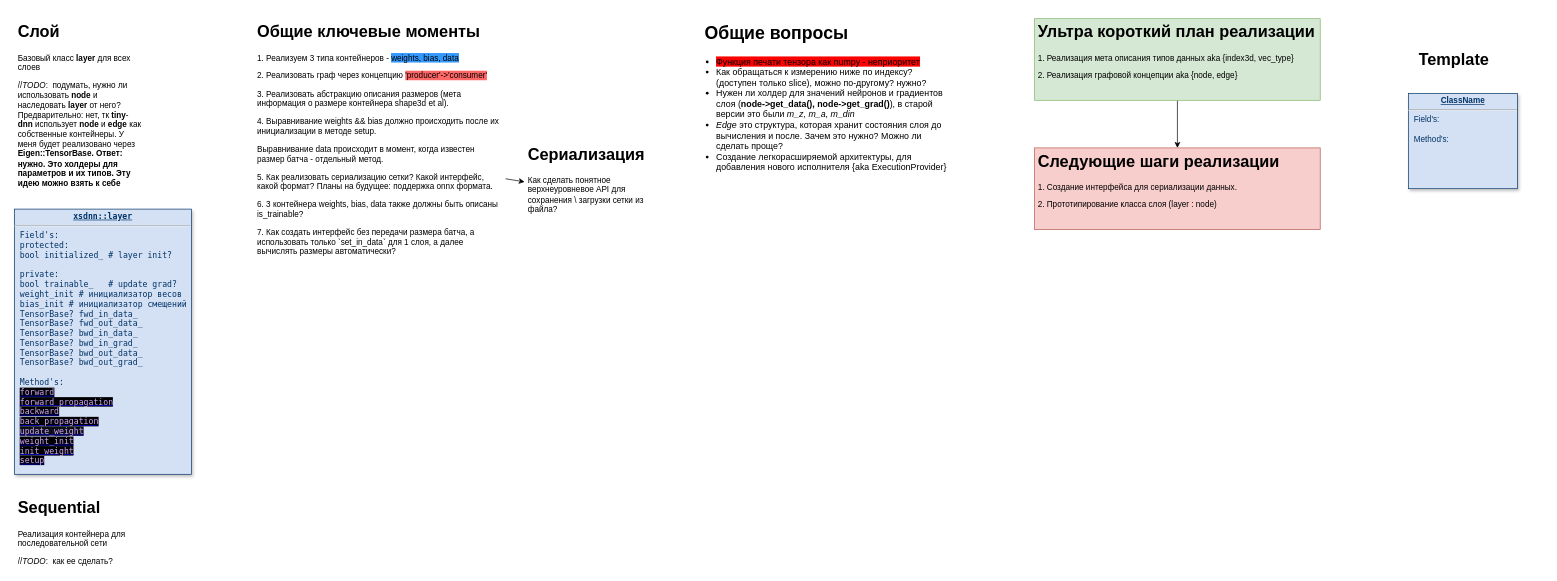
Above: page "xsdnn::main" (1 of 10) of logic.drawio in xsdnn/xsdnn (draw.io), before the change. Source tidied: cells renumbered, new cells numbered last; positions are measured from the earlier drawing's top-left corner, leaving out a move shared by most shapes. Both pictures are drawn from the tidied source at 68%, with x=0, y=0 at pixel (14, 18).
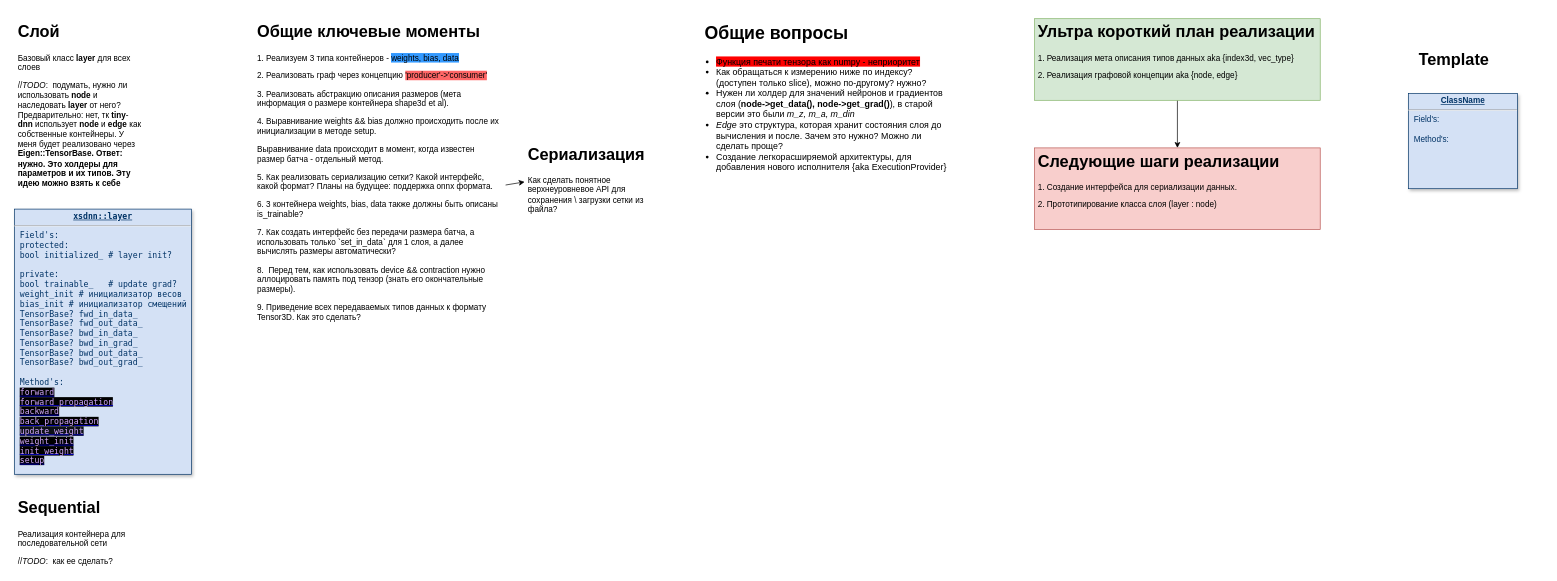
The same diagram, later.

The edit, as a diff of the source:
```diff
@@
 <mxGraphModel>
   <root>
     <mxCell id="0" />
     <mxCell id="1" parent="0" />
     <mxCell id="2" value="&lt;p style=&quot;margin: 0px; margin-top: 4px; text-align: center; text-decoration: underline;&quot;&gt;&lt;strong&gt;ClassName&lt;/strong&gt;&lt;/p&gt;&lt;hr&gt;&lt;p style=&quot;margin: 0px; margin-left: 8px;&quot;&gt;Field's:&lt;/p&gt;&lt;p style=&quot;margin: 0px; margin-left: 8px;&quot;&gt;&lt;br&gt;&lt;/p&gt;&lt;p style=&quot;margin: 0px; margin-left: 8px;&quot;&gt;Method's:&lt;/p&gt;" style="verticalAlign=top;align=left;overflow=fill;fontSize=12;fontFamily=Helvetica;html=1;strokeColor=#003366;shadow=1;fillColor=#D4E1F5;fontColor=#003366;" parent="1" vertex="1">
       <mxGeometry x="2050" y="110" width="160" height="140" as="geometry" />
     </mxCell>
     <mxCell id="3" value="&lt;h1&gt;Слой&lt;/h1&gt;&lt;p&gt;Базовый класс &lt;b&gt;layer &lt;/b&gt;для всех слоев&lt;/p&gt;&lt;p&gt;&lt;span style=&quot;text-align: center;&quot;&gt;//&lt;i&gt;TODO&lt;/i&gt;:&amp;nbsp; подумать, нужно ли использовать &lt;b&gt;node&lt;/b&gt; и наследовать &lt;b&gt;layer&lt;/b&gt; от него? Предварительно: нет, тк &lt;b&gt;tiny&lt;/b&gt;-&lt;b&gt;dnn&lt;/b&gt; использует &lt;b&gt;node&lt;/b&gt; и &lt;b&gt;edge&lt;/b&gt; как собственные контейнеры. У меня будет реализовано через &lt;b&gt;Eigen::TensorBase. Ответ: нужно. Это холдеры для параметров и их типов. Эту идею можно взять к себе&lt;/b&gt;&lt;/span&gt;&lt;br&gt;&lt;/p&gt;&lt;p&gt;&lt;br&gt;&lt;/p&gt;" style="text;html=1;strokeColor=none;fillColor=none;spacing=5;spacingTop=-20;whiteSpace=wrap;overflow=hidden;rounded=0;" parent="1" vertex="1">
       <mxGeometry width="190" height="250" as="geometry" />
     </mxCell>
     <mxCell id="4" value="&lt;h1&gt;Template&lt;/h1&gt;" style="text;html=1;strokeColor=none;fillColor=none;spacing=5;spacingTop=-20;whiteSpace=wrap;overflow=hidden;rounded=0;" parent="1" vertex="1">
       <mxGeometry x="2060" y="40" width="190" height="50" as="geometry" />
     </mxCell>
     <mxCell id="5" value="&lt;p style=&quot;margin: 0px; margin-top: 4px; text-align: center; text-decoration: underline;&quot;&gt;&lt;b&gt;xsdnn::layer&lt;/b&gt;&lt;/p&gt;&lt;hr&gt;&lt;p style=&quot;margin: 0px; margin-left: 8px;&quot;&gt;Field's:&lt;/p&gt;&lt;p style=&quot;margin: 0px; margin-left: 8px;&quot;&gt;protected:&lt;/p&gt;&lt;p style=&quot;margin: 0px; margin-left: 8px;&quot;&gt;bool initialized_ # layer init?&lt;/p&gt;&lt;p style=&quot;margin: 0px; margin-left: 8px;&quot;&gt;&lt;br&gt;&lt;/p&gt;&lt;p style=&quot;margin: 0px; margin-left: 8px;&quot;&gt;private:&lt;/p&gt;&lt;p style=&quot;margin: 0px 0px 0px 8px;&quot;&gt;bool trainable_&amp;nbsp; &amp;nbsp;# update grad?&lt;/p&gt;&lt;p style=&quot;margin: 0px 0px 0px 8px;&quot;&gt;weight_init # инициализатор весов&lt;/p&gt;&lt;p style=&quot;margin: 0px 0px 0px 8px;&quot;&gt;bias_init # инициализатор смещений&lt;/p&gt;&lt;p style=&quot;margin: 0px; margin-left: 8px;&quot;&gt;TensorBase? fwd_in_data_&lt;/p&gt;&lt;p style=&quot;margin: 0px; margin-left: 8px;&quot;&gt;TensorBase? fwd_out_data_&lt;br&gt;&lt;/p&gt;&lt;p style=&quot;margin: 0px; margin-left: 8px;&quot;&gt;TensorBase? bwd_in_data_&lt;br&gt;&lt;/p&gt;&lt;p style=&quot;margin: 0px; margin-left: 8px;&quot;&gt;TensorBase? bwd_in_grad_&lt;br&gt;&lt;/p&gt;&lt;p style=&quot;margin: 0px; margin-left: 8px;&quot;&gt;TensorBase? bwd_out_data_&lt;br&gt;&lt;/p&gt;&lt;p style=&quot;margin: 0px; margin-left: 8px;&quot;&gt;TensorBase? bwd_out_grad_&lt;br&gt;&lt;/p&gt;&lt;p style=&quot;margin: 0px; margin-left: 8px;&quot;&gt;&lt;br&gt;&lt;/p&gt;&lt;p style=&quot;margin: 0px; margin-left: 8px;&quot;&gt;Method's:&lt;/p&gt;&lt;p style=&quot;margin: 0px; margin-left: 8px;&quot;&gt;&lt;a href=&quot;data:page/id,acLyr5f8MV2qwVlqdKkI&quot;&gt;&lt;font face=&quot;ui-monospace, SFMono-Regular, SF Mono, Menlo, Consolas, Liberation Mono, monospace&quot; color=&quot;#d2a8ff&quot; style=&quot;background-color: rgb(0, 0, 0);&quot;&gt;forward&lt;/font&gt;&lt;/a&gt;&lt;/p&gt;&lt;p style=&quot;margin: 0px; margin-left: 8px;&quot;&gt;&lt;a href=&quot;data:page/id,P51iXEZZl-BP7aw9WZGj&quot;&gt;&lt;font face=&quot;ui-monospace, SFMono-Regular, SF Mono, Menlo, Consolas, Liberation Mono, monospace&quot; color=&quot;#d2a8ff&quot; style=&quot;background-color: rgb(0, 0, 0);&quot;&gt;forward_propagation&lt;/font&gt;&lt;/a&gt;&lt;/p&gt;&lt;p style=&quot;margin: 0px; margin-left: 8px;&quot;&gt;&lt;a href=&quot;data:page/id,9vZ8QekkStvvB2-BGn0U&quot;&gt;&lt;font face=&quot;ui-monospace, SFMono-Regular, SF Mono, Menlo, Consolas, Liberation Mono, monospace&quot; color=&quot;#d2a8ff&quot; style=&quot;background-color: rgb(0, 0, 0);&quot;&gt;backward&lt;/font&gt;&lt;/a&gt;&lt;/p&gt;&lt;p style=&quot;margin: 0px; margin-left: 8px;&quot;&gt;&lt;a href=&quot;data:page/id,YzGOiIOgP3fO_uxTNOQc&quot;&gt;&lt;font face=&quot;ui-monospace, SFMono-Regular, SF Mono, Menlo, Consolas, Liberation Mono, monospace&quot; color=&quot;#d2a8ff&quot; style=&quot;background-color: rgb(0, 0, 0);&quot;&gt;back_propagation&lt;/font&gt;&lt;/a&gt;&lt;/p&gt;&lt;p style=&quot;margin: 0px; margin-left: 8px;&quot;&gt;&lt;span style=&quot;font-family: ui-monospace, SFMono-Regular, &amp;quot;SF Mono&amp;quot;, Menlo, Consolas, &amp;quot;Liberation Mono&amp;quot;, monospace; background-color: rgb(13, 17, 23);&quot;&gt;&lt;a style=&quot;&quot; href=&quot;data:page/id,1ntwXYWYcS74xLM6uAJB&quot;&gt;&lt;font color=&quot;#d2a8ff&quot;&gt;update_weight&lt;/font&gt;&lt;/a&gt;&lt;/span&gt;&lt;br&gt;&lt;/p&gt;&lt;p style=&quot;margin: 0px; margin-left: 8px;&quot;&gt;&lt;a style=&quot;background-color: rgb(0, 0, 0);&quot; href=&quot;data:page/id,imFPhnd7Cz6RNdqDAHEO&quot;&gt;&lt;font face=&quot;ui-monospace, SFMono-Regular, SF Mono, Menlo, Consolas, Liberation Mono, monospace&quot; color=&quot;#d2a8ff&quot;&gt;weight_init&lt;/font&gt;&lt;/a&gt;&lt;/p&gt;&lt;p style=&quot;margin: 0px; margin-left: 8px;&quot;&gt;&lt;a style=&quot;background-color: rgb(0, 0, 0);&quot; href=&quot;data:page/id,p6dzrHT5QFA6u9v4Chr_&quot;&gt;&lt;font color=&quot;#d2a8ff&quot;&gt;init_weight&lt;/font&gt;&lt;/a&gt;&lt;/p&gt;&lt;p style=&quot;margin: 0px; margin-left: 8px;&quot;&gt;&lt;a style=&quot;background-color: rgb(0, 0, 0);&quot; href=&quot;data:page/id,uzz6QVAgYd6YLyIYvyyA&quot;&gt;&lt;font color=&quot;#d2a8ff&quot;&gt;setup&lt;/font&gt;&lt;/a&gt;&lt;/p&gt;" style="verticalAlign=top;align=left;overflow=fill;fontSize=12;fontFamily=ui-monospace, SFMono-Regular, &quot;SF Mono&quot;, Menlo, Consolas, &quot;Liberation Mono&quot;, monospace;html=1;strokeColor=#003366;shadow=1;fillColor=#D4E1F5;fontColor=#003366;" parent="1" vertex="1">
       <mxGeometry y="280" width="260" height="390" as="geometry" />
     </mxCell>
     <mxCell id="6" value="&lt;h1&gt;Сериализация&lt;/h1&gt;&lt;p&gt;Как сделать понятное верхнеуровневое API для сохранения \ загрузки сетки из файла?&amp;nbsp;&lt;/p&gt;" style="text;html=1;strokeColor=none;fillColor=none;spacing=5;spacingTop=-20;whiteSpace=wrap;overflow=hidden;rounded=0;" parent="1" vertex="1">
       <mxGeometry x="750" y="180" width="190" height="120" as="geometry" />
     </mxCell>
     <mxCell id="7" value="&lt;h1&gt;Общие вопросы&lt;/h1&gt;&lt;p&gt;&lt;br&gt;&lt;/p&gt;" style="text;html=1;strokeColor=none;fillColor=none;spacing=5;spacingTop=-20;whiteSpace=wrap;overflow=hidden;rounded=0;fontSize=13;" parent="1" vertex="1">
       <mxGeometry x="1010" width="270" height="120" as="geometry" />
     </mxCell>
     <mxCell id="8" value="&lt;ul&gt;&lt;li&gt;&lt;span style=&quot;background-color: rgb(255, 0, 0);&quot;&gt;Функция печати тензора как numpy - неприоритет&lt;/span&gt;&lt;/li&gt;&lt;li&gt;Как обращаться к измерению ниже по индексу? (доступен только slice), можно по-другому? нужно?&amp;nbsp;&lt;/li&gt;&lt;li&gt;Нужен ли холдер для значений нейронов и градиентов слоя (&lt;b&gt;node-&amp;gt;get_data(), node-&amp;gt;get_grad()&lt;/b&gt;), в старой версии это были &lt;i&gt;m_z, m_a, m_din&lt;/i&gt;&lt;/li&gt;&lt;li&gt;&lt;i&gt;Edge &lt;/i&gt;это структура, которая хранит состояния слоя до вычисления и после. Зачем это нужно? Можно ли сделать проще?&lt;/li&gt;&lt;li&gt;Создание легкорасширяемой архитектуры, для добавления нового исполнителя {aka ExecutionProvider}&lt;/li&gt;&lt;/ul&gt;" style="text;strokeColor=none;fillColor=none;html=1;whiteSpace=wrap;verticalAlign=middle;overflow=hidden;fontSize=13;" parent="1" vertex="1">
       <mxGeometry x="990" y="40" width="390" height="190" as="geometry" />
     </mxCell>
     <mxCell id="9" value="&lt;h1&gt;Sequential&lt;/h1&gt;&lt;p&gt;Реализация контейнера для&amp;nbsp; последовательной сети&lt;/p&gt;&lt;p&gt;&lt;span style=&quot;text-align: center;&quot;&gt;//&lt;i&gt;TODO&lt;/i&gt;:&amp;nbsp; как ее сделать?&lt;/span&gt;&lt;br&gt;&lt;/p&gt;&lt;p&gt;&lt;br&gt;&lt;/p&gt;" style="text;html=1;strokeColor=none;fillColor=none;spacing=5;spacingTop=-20;whiteSpace=wrap;overflow=hidden;rounded=0;" parent="1" vertex="1">
       <mxGeometry y="700" width="190" height="110" as="geometry" />
     </mxCell>
-    <mxCell id="10" value="&lt;h1&gt;Общие ключевые моменты&lt;/h1&gt;&lt;p&gt;1. Реализуем 3 типа контейнеров - &lt;span style=&quot;background-color: rgb(51, 153, 255);&quot;&gt;weights, bias, data&lt;/span&gt;&lt;/p&gt;&lt;p&gt;2. Реализовать граф через концепцию &lt;span style=&quot;background-color: rgb(255, 102, 102);&quot;&gt;'producer'-&amp;gt;'consumer'&lt;/span&gt;&lt;/p&gt;&lt;p&gt;3. Реализовать абстракцию описания размеров (мета информация о размере контейнера shape3d et al).&amp;nbsp;&lt;/p&gt;&lt;p&gt;4. Выравнивание weights &amp;amp;&amp;amp; bias должно происходить после их инициализации в методе setup.&lt;/p&gt;&lt;p&gt;Выравнивание data происходит в момент, когда известен размер батча - отдельный метод.&lt;/p&gt;&lt;p&gt;5. Как реализовать сериализацию сетки? Какой интерфейс, какой формат? Планы на будущее: поддержка onnx формата.&lt;/p&gt;&lt;p&gt;6. 3 контейнера weights, bias, data также должны быть описаны is_trainable?&amp;nbsp;&lt;/p&gt;&lt;p&gt;7. Как создать интерфейс без передачи размера батча, а использовать только `set_in_data` для 1 слоя, а далее вычислять размеры автоматически?&lt;/p&gt;" style="text;html=1;strokeColor=none;fillColor=none;spacing=5;spacingTop=-20;whiteSpace=wrap;overflow=hidden;rounded=0;" parent="1" vertex="1">
-      <mxGeometry x="352" width="370" height="410" as="geometry" />
+    <mxCell id="10" value="&lt;h1&gt;Общие ключевые моменты&lt;/h1&gt;&lt;p&gt;1. Реализуем 3 типа контейнеров - &lt;span style=&quot;background-color: rgb(51, 153, 255);&quot;&gt;weights, bias, data&lt;/span&gt;&lt;/p&gt;&lt;p&gt;2. Реализовать граф через концепцию &lt;span style=&quot;background-color: rgb(255, 102, 102);&quot;&gt;'producer'-&amp;gt;'consumer'&lt;/span&gt;&lt;/p&gt;&lt;p&gt;3. Реализовать абстракцию описания размеров (мета информация о размере контейнера shape3d et al).&amp;nbsp;&lt;/p&gt;&lt;p&gt;4. Выравнивание weights &amp;amp;&amp;amp; bias должно происходить после их инициализации в методе setup.&lt;/p&gt;&lt;p&gt;Выравнивание data происходит в момент, когда известен размер батча - отдельный метод.&lt;/p&gt;&lt;p&gt;5. Как реализовать сериализацию сетки? Какой интерфейс, какой формат? Планы на будущее: поддержка onnx формата.&lt;/p&gt;&lt;p&gt;6. 3 контейнера weights, bias, data также должны быть описаны is_trainable?&amp;nbsp;&lt;/p&gt;&lt;p&gt;7. Как создать интерфейс без передачи размера батча, а использовать только `set_in_data` для 1 слоя, а далее вычислять размеры автоматически?&lt;/p&gt;&lt;p&gt;8.&amp;nbsp; Перед тем, как использовать device &amp;amp;&amp;amp; contraction нужно аллоцировать память под тензор (знать его окончательные размеры).&lt;/p&gt;&lt;p&gt;9. Приведение всех передаваемых типов данных к формату Tensor3D. Как это сделать?&lt;/p&gt;" style="text;html=1;strokeColor=none;fillColor=none;spacing=5;spacingTop=-20;whiteSpace=wrap;overflow=hidden;rounded=0;" parent="1" vertex="1">
+      <mxGeometry x="352" width="370" height="550" as="geometry" />
     </mxCell>
     <mxCell id="11" style="edgeStyle=orthogonalEdgeStyle;rounded=0;jettySize=auto;html=1;" parent="1" edge="1" source="12" target="14">
       <mxGeometry relative="1" as="geometry" />
     </mxCell>
     <mxCell id="12" value="&lt;h1&gt;Ультра короткий план реализации&lt;/h1&gt;&lt;p&gt;1. Реализация мета описания типов данных aka {index3d, vec_type}&lt;/p&gt;&lt;p&gt;2. Реализация графовой концепции aka {node, edge}&lt;/p&gt;" style="text;html=1;spacing=5;spacingTop=-20;whiteSpace=wrap;overflow=hidden;rounded=0;labelBackgroundColor=none;fillColor=#d5e8d4;strokeColor=#82b366;" parent="1" vertex="1">
       <mxGeometry x="1500" width="420" height="120" as="geometry" />
     </mxCell>
     <mxCell id="13" style="endArrow=classic;html=1;rounded=0;entryX=0;entryY=0.5;entryDx=0;entryDy=0;" parent="1" edge="1" source="10" target="6">
       <mxGeometry relative="1" as="geometry" />
     </mxCell>
     <mxCell id="14" value="&lt;h1&gt;Следующие шаги реализации&lt;/h1&gt;&lt;p&gt;1. Создание интерфейса для сериализации данных.&amp;nbsp;&lt;br&gt;&lt;/p&gt;&lt;p&gt;2. Прототипирование класса слоя (layer : node)&lt;/p&gt;" style="text;html=1;spacing=5;spacingTop=-20;whiteSpace=wrap;overflow=hidden;rounded=0;labelBackgroundColor=none;fillColor=#f8cecc;strokeColor=#b85450;" parent="1" vertex="1">
       <mxGeometry x="1500" y="190" width="420" height="120" as="geometry" />
     </mxCell>
   </root>
 </mxGraphModel>
```
